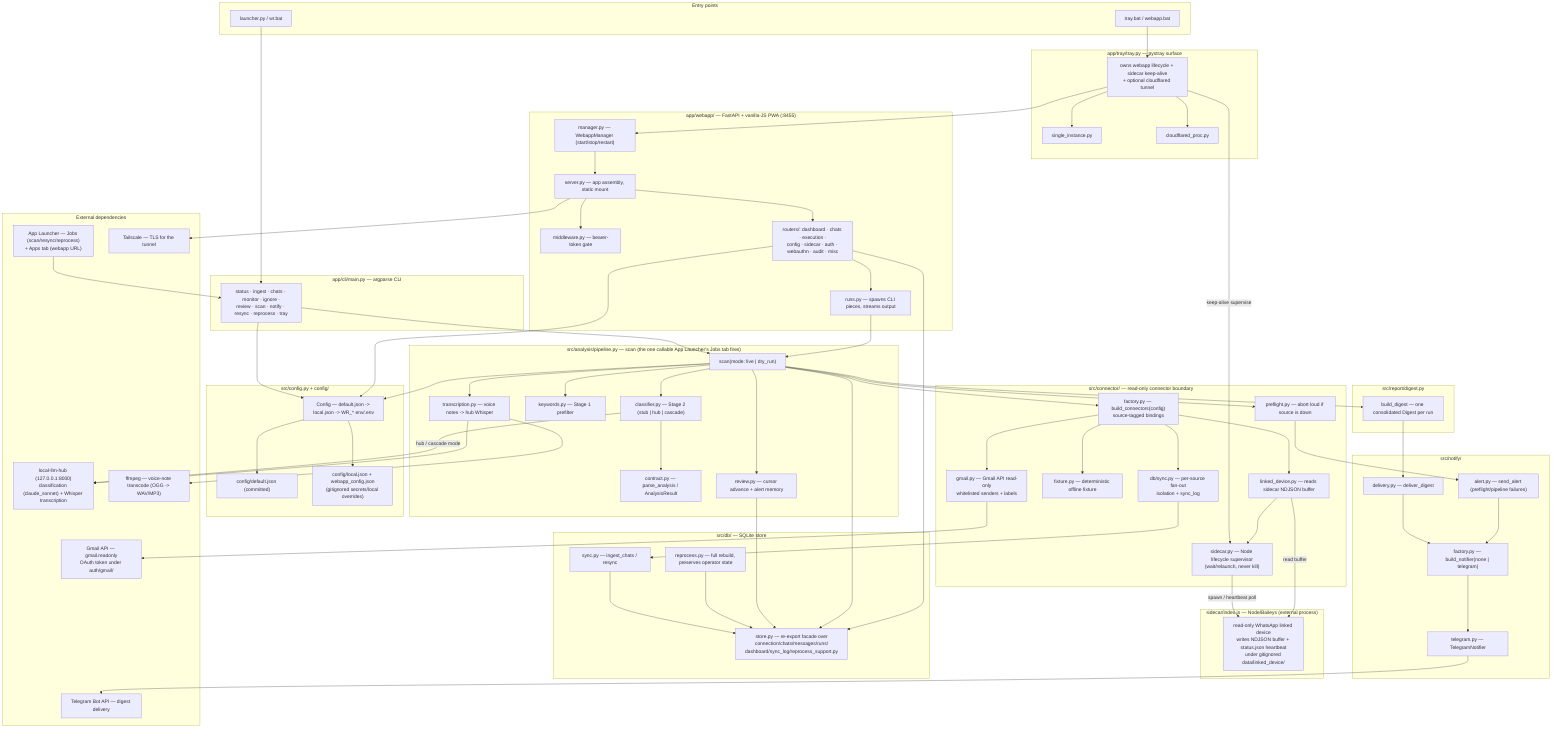
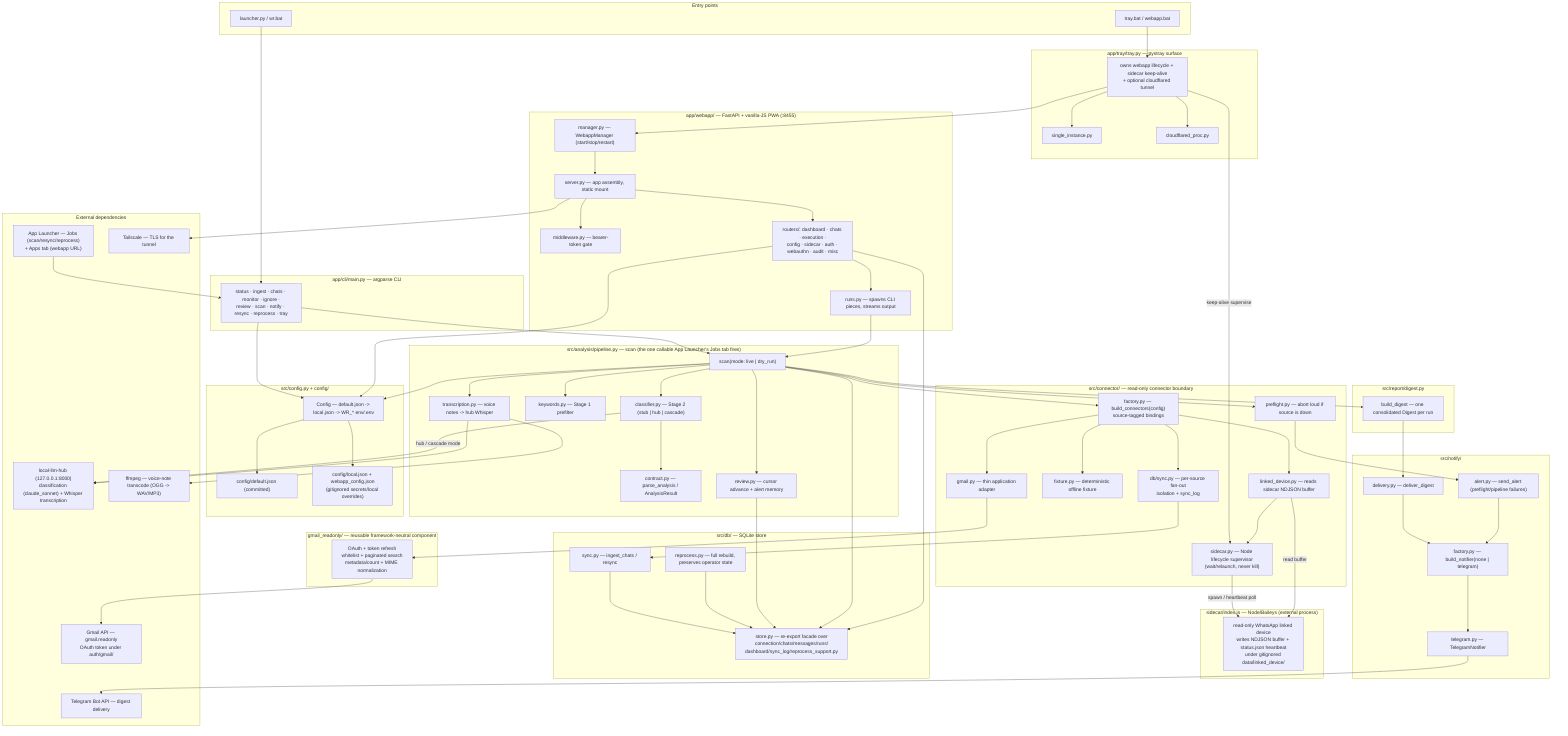
%% docs/architecture.mmd — whatsapp-radar's own internal structure.
%% Hand-authored, not generated (unlike fleet-config's mechanically-aggregated
%% fleet-wide `/system-map`) — this repo's own internal shape is semantic and
%% can't be crawled the same way. Update this diagram in the same PR as any
%% material structural change (a connector added, a pipeline stage moved, a
%% router split) — same anti-staleness contract as this repo's `.fleet.toml`
%% `description` field. See fleet-config's `CLAUDE.md` ("Every repo carries a
%% `.fleet.toml`") for the general convention (ferraroroberto/fleet-config#256).

flowchart TB
  subgraph entry["Entry points"]
    LAUNCHER["launcher.py / wr.bat"]
    TRAYBAT["tray.bat / webapp.bat"]
  end

  subgraph cli["app/cli/main.py — argparse CLI"]
    CLICMDS["status · ingest · chats · monitor · ignore ·\nreview · scan · notify · resync · reprocess · tray"]
  end
  LAUNCHER --> CLICMDS

  subgraph tray["app/tray/tray.py — pystray surface"]
    TRAYPY["owns webapp lifecycle + sidecar keep-alive\n+ optional cloudflared tunnel"]
    SINGLEINST["single_instance.py"]
    CLOUDFLARED["cloudflared_proc.py"]
  end
  TRAYBAT --> TRAYPY
  TRAYPY --> SINGLEINST
  TRAYPY --> CLOUDFLARED

  subgraph webapp["app/webapp/ — FastAPI + vanilla-JS PWA (:8455)"]
    SERVER["server.py — app assembly, static mount"]
    MANAGER["manager.py — WebappManager (start/stop/restart)"]
    MIDDLEWARE["middleware.py — bearer-token gate"]
    RUNS["runs.py — spawns CLI pieces, streams output"]
    ROUTERS["routers/: dashboard · chats · execution ·\nconfig · sidecar · auth · webauthn · audit · misc"]
  end
  TRAYPY --> MANAGER
  MANAGER --> SERVER
  SERVER --> MIDDLEWARE
  SERVER --> ROUTERS
  ROUTERS --> RUNS

  subgraph pipeline["src/analysis/pipeline.py — scan (the one callable App Launcher's Jobs tab fires)"]
    SCAN["scan(mode: live | dry_run)"]
    TRANSCRIBE["transcription.py — voice notes -> hub Whisper"]
    KEYWORDS["keywords.py — Stage 1 prefilter"]
    CLASSIFIER["classifier.py — Stage 2 (stub | hub | cascade)"]
    CONTRACT["contract.py — parse_analysis / AnalysisResult"]
    REVIEW["review.py — cursor advance + alert memory"]
  end
  CLICMDS --> SCAN
  RUNS --> SCAN
  SCAN --> TRANSCRIBE
  SCAN --> KEYWORDS
  SCAN --> CLASSIFIER
  CLASSIFIER --> CONTRACT
  SCAN --> REVIEW

  subgraph connector["src/connector/ — read-only connector boundary"]
    CFACTORY["factory.py — build_connectors(config)\nsource-tagged bindings"]
    FANOUT["db/sync.py — per-source fan-out\nisolation + sync_log"]
    FIXTURE["fixture.py — deterministic offline fixture"]
    LINKED["linked_device.py — reads sidecar NDJSON buffer"]
-     GMAIL["gmail.py — Gmail API read-only\nwhitelisted senders + labels"]
+     GMAIL["gmail.py — thin application adapter"]
    SIDECARPY["sidecar.py — Node lifecycle supervisor\n(wait/relaunch, never kill)"]
    PREFLIGHT["preflight.py — abort loud if source is down"]
  end
  SCAN --> CFACTORY
  CFACTORY --> FANOUT
  CFACTORY --> FIXTURE
  CFACTORY --> LINKED
  CFACTORY --> GMAIL
  SCAN --> PREFLIGHT
  TRAYPY -->|keep-alive supervise| SIDECARPY
  LINKED --> SIDECARPY
+ 
+   subgraph gmailcore["gmail_readonly/ — reusable framework-neutral component"]
+     GMAILCORE["OAuth + token refresh\nwhitelist + paginated search\nmetadata/count + MIME normalization"]
+   end
+   GMAIL --> GMAILCORE

  subgraph sidecarnode["sidecar/index.js — Node/Baileys (external process)"]
    BAILEYS["read-only WhatsApp linked device\nwrites NDJSON buffer + status.json heartbeat\nunder gitignored data/linked_device/"]
  end
  SIDECARPY -->|spawn / heartbeat poll| BAILEYS
  LINKED -->|read buffer| BAILEYS

  subgraph db["src/db/ — SQLite store"]
    STORE["store.py — re-export facade over\nconnection/chats/messages/runs/\ndashboard/sync_log/reprocess_support.py"]
    SYNC["sync.py — ingest_chats / resync"]
    REPROCESS["reprocess.py — full rebuild, preserves operator state"]
  end
  FANOUT --> SYNC
  SYNC --> STORE
  REPROCESS --> STORE
  REVIEW --> STORE
  SCAN --> STORE
  ROUTERS --> STORE

  subgraph report["src/report/digest.py"]
    DIGEST["build_digest — one consolidated Digest per run"]
  end
  SCAN --> DIGEST

  subgraph notify["src/notify/"]
    NFACTORY["factory.py — build_notifier(none | telegram)"]
    DELIVERY["delivery.py — deliver_digest"]
    ALERT["alert.py — send_alert (preflight/pipeline failures)"]
    TELEGRAM["telegram.py — TelegramNotifier"]
  end
  DIGEST --> DELIVERY
  DELIVERY --> NFACTORY
  NFACTORY --> TELEGRAM
  PREFLIGHT --> ALERT
  ALERT --> NFACTORY

  subgraph config["src/config.py + config/"]
    CONFIGPY["Config — default.json -> local.json -> WR_* env/.env"]
    DEFAULTJSON["config/default.json (committed)"]
    LOCALJSON["config/local.json + webapp_config.json\n(gitignored secrets/local overrides)"]
  end
  CLICMDS --> CONFIGPY
  SCAN --> CONFIGPY
  ROUTERS --> CONFIGPY
  CONFIGPY --> DEFAULTJSON
  CONFIGPY --> LOCALJSON

  subgraph ext["External dependencies"]
    HUB["local-llm-hub (127.0.0.1:8000)\nclassification (claude_sonnet) + Whisper transcription"]
    TELEGRAMAPI["Telegram Bot API — digest delivery"]
    APPLAUNCHER["App Launcher — Jobs (scan/resync/reprocess)\n+ Apps tab (webapp URL)"]
    TAILSCALE["Tailscale — TLS for the tunnel"]
    FFMPEG["ffmpeg — voice-note transcode (OGG -> WAV/MP3)"]
    GMAILAPI["Gmail API — gmail.readonly\nOAuth token under auth/gmail/"]
  end
  CLASSIFIER -->|hub / cascade mode| HUB
  TRANSCRIBE --> HUB
  TELEGRAM --> TELEGRAMAPI
  APPLAUNCHER --> CLICMDS
  SERVER --> TAILSCALE
  TRANSCRIBE --> FFMPEG
-   GMAIL --> GMAILAPI
+   GMAILCORE --> GMAILAPI
